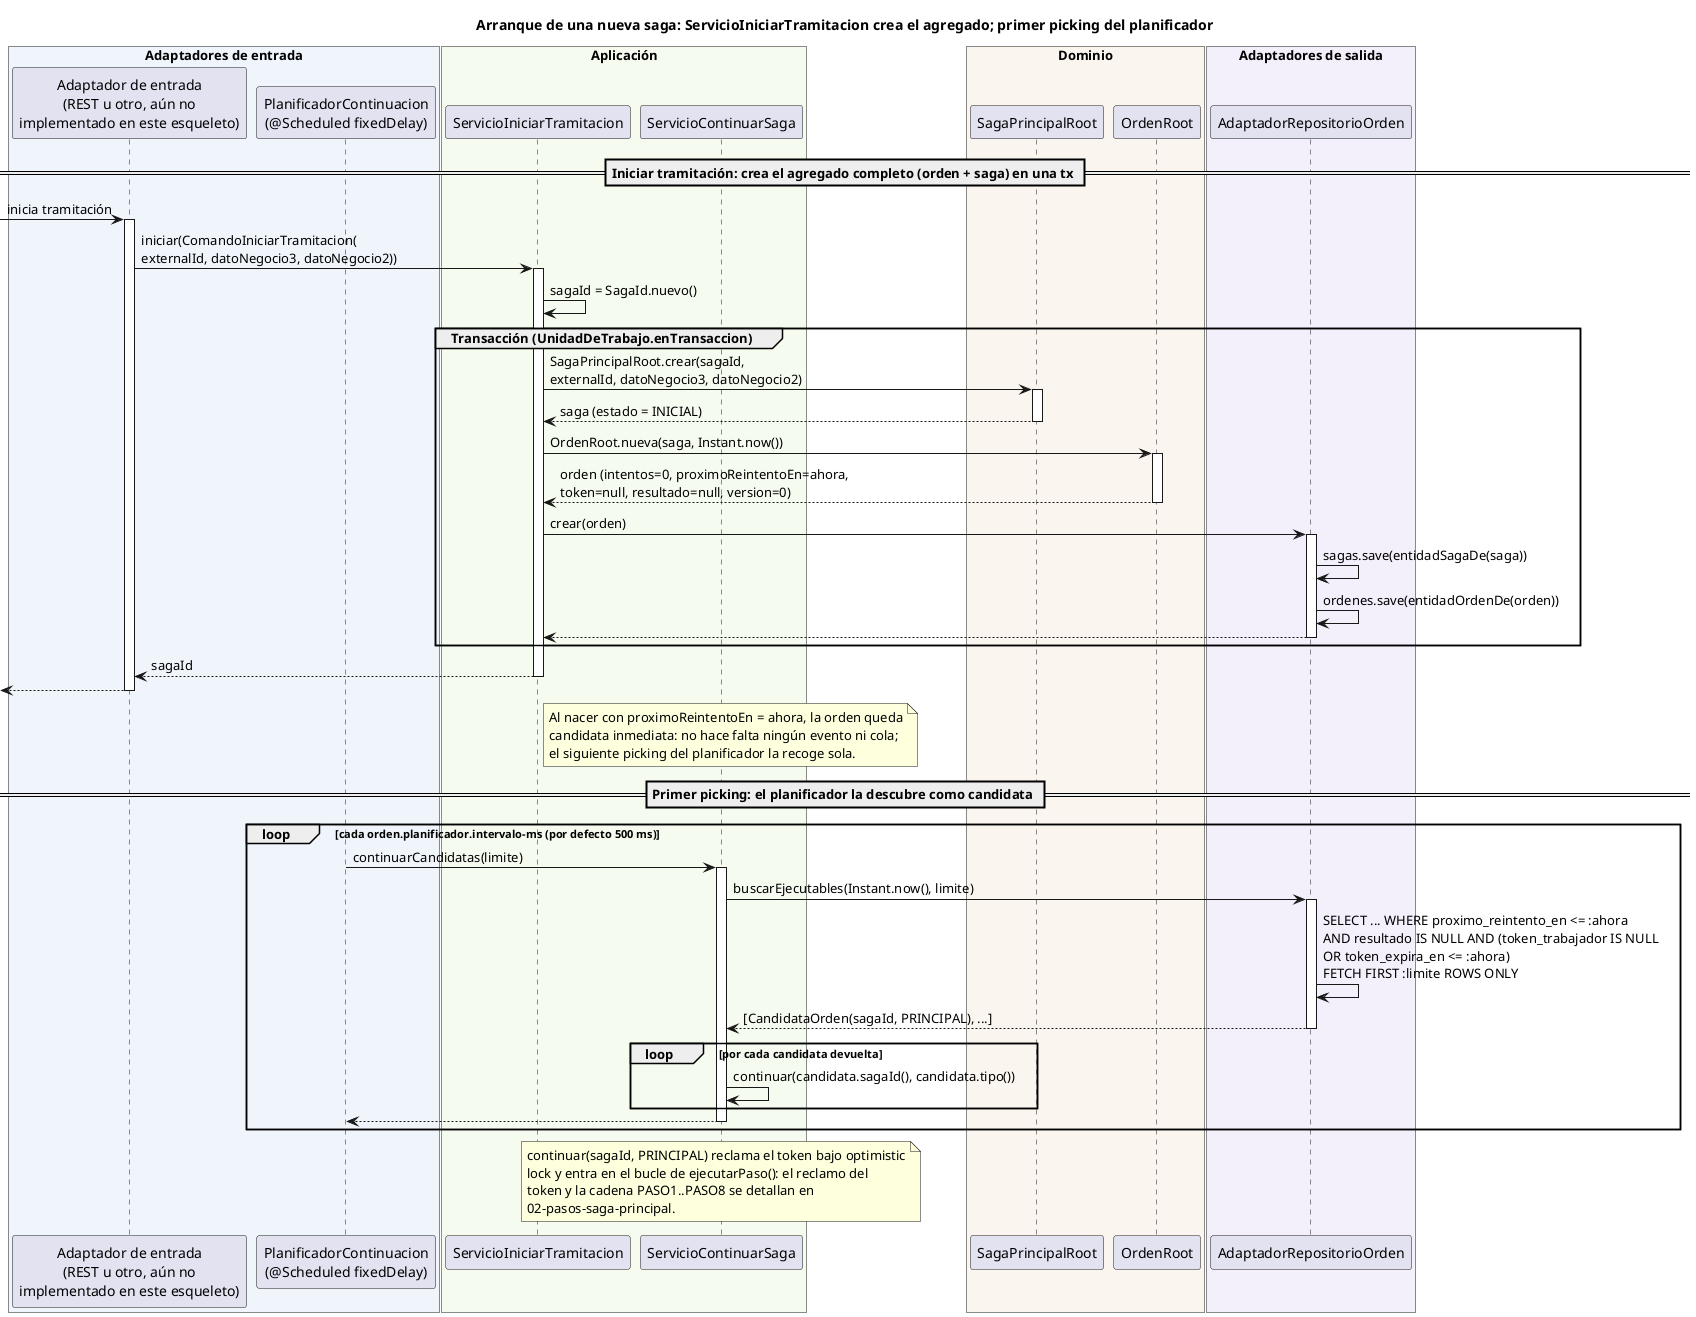
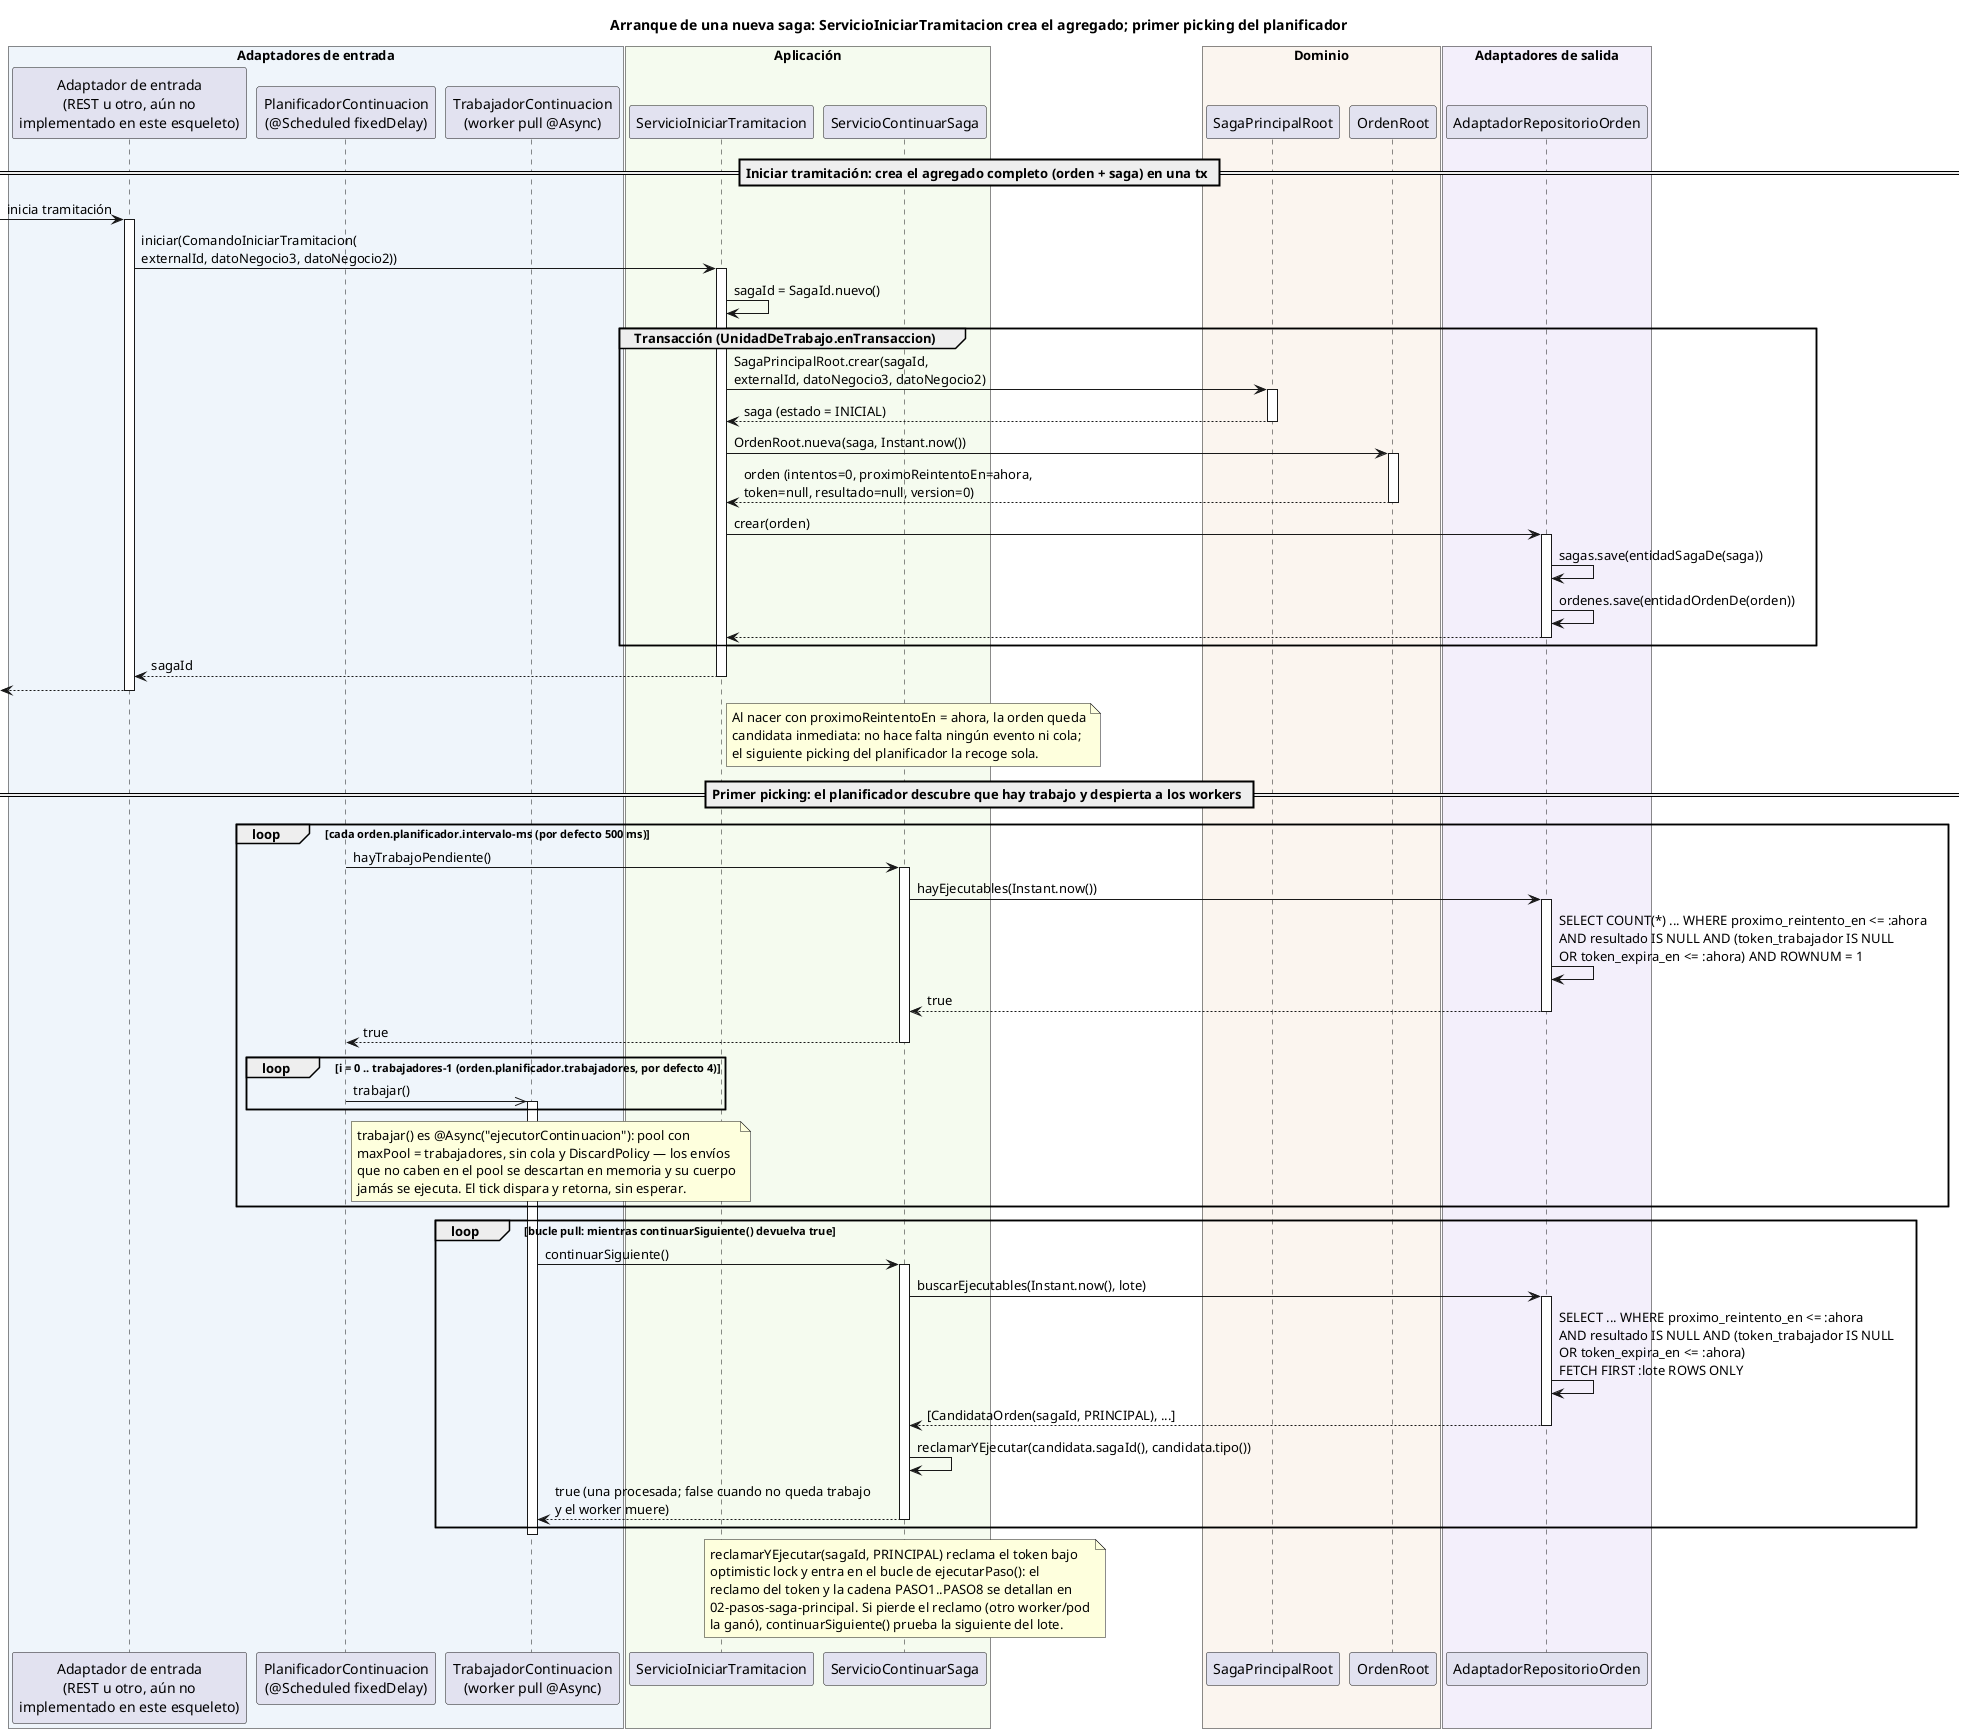
@startuml 01-arranque-saga-nueva
title Arranque de una nueva saga: ServicioIniciarTramitacion crea el agregado; primer picking del planificador

box "Adaptadores de entrada" #EFF5FB
  participant "Adaptador de entrada\n(REST u otro, aún no\nimplementado en este esqueleto)" as ENTRADA
  participant "PlanificadorContinuacion\n(@Scheduled fixedDelay)" as PLAN
+   participant "TrabajadorContinuacion\n(worker pull @Async)" as TRAB
end box
box "Aplicación" #F5FBEF
  participant "ServicioIniciarTramitacion" as INICIAR
  participant "ServicioContinuarSaga" as CONT
end box
box "Dominio" #FBF5EF
  participant "SagaPrincipalRoot" as SAGA
  participant "OrdenRoot" as ORDEN
end box
box "Adaptadores de salida" #F3EFFB
  participant "AdaptadorRepositorioOrden" as REPO
end box

== Iniciar tramitación: crea el agregado completo (orden + saga) en una tx ==
[-> ENTRADA : inicia tramitación
activate ENTRADA
ENTRADA -> INICIAR ++ : iniciar(ComandoIniciarTramitacion(\nexternalId, datoNegocio3, datoNegocio2))
INICIAR -> INICIAR : sagaId = SagaId.nuevo()

group Transacción (UnidadDeTrabajo.enTransaccion)
  INICIAR -> SAGA ++ : SagaPrincipalRoot.crear(sagaId,\nexternalId, datoNegocio3, datoNegocio2)
  return saga (estado = INICIAL)
  INICIAR -> ORDEN ++ : OrdenRoot.nueva(saga, Instant.now())
  return orden (intentos=0, proximoReintentoEn=ahora,\ntoken=null, resultado=null, version=0)
  INICIAR -> REPO ++ : crear(orden)
  REPO -> REPO : sagas.save(entidadSagaDe(saga))
  REPO -> REPO : ordenes.save(entidadOrdenDe(orden))
  return
end
return sagaId
[<-- ENTRADA
deactivate ENTRADA

note right of INICIAR
  Al nacer con proximoReintentoEn = ahora, la orden queda
  candidata inmediata: no hace falta ningún evento ni cola;
  el siguiente picking del planificador la recoge sola.
end note

- == Primer picking: el planificador la descubre como candidata ==
+ == Primer picking: el planificador descubre que hay trabajo y despierta a los workers ==
loop cada orden.planificador.intervalo-ms (por defecto 500 ms)
-   PLAN -> CONT ++ : continuarCandidatas(limite)
-   CONT -> REPO ++ : buscarEjecutables(Instant.now(), limite)
-   REPO -> REPO : SELECT ... WHERE proximo_reintento_en <= :ahora\nAND resultado IS NULL AND (token_trabajador IS NULL\nOR token_expira_en <= :ahora)\nFETCH FIRST :limite ROWS ONLY
-   return [CandidataOrden(sagaId, PRINCIPAL), ...]
-   loop por cada candidata devuelta
-     CONT -> CONT : continuar(candidata.sagaId(), candidata.tipo())
+   PLAN -> CONT ++ : hayTrabajoPendiente()
+   CONT -> REPO ++ : hayEjecutables(Instant.now())
+   REPO -> REPO : SELECT COUNT(*) ... WHERE proximo_reintento_en <= :ahora\nAND resultado IS NULL AND (token_trabajador IS NULL\nOR token_expira_en <= :ahora) AND ROWNUM = 1
+   return true
+   return true
+   loop i = 0 .. trabajadores-1 (orden.planificador.trabajadores, por defecto 4)
+     PLAN ->> TRAB : trabajar()
+     activate TRAB
  end
-   return
+   note right of PLAN
+     trabajar() es @Async("ejecutorContinuacion"): pool con
+     maxPool = trabajadores, sin cola y DiscardPolicy — los envíos
+     que no caben en el pool se descartan en memoria y su cuerpo
+     jamás se ejecuta. El tick dispara y retorna, sin esperar.
+   end note
end

+ loop bucle pull: mientras continuarSiguiente() devuelva true
+   TRAB -> CONT ++ : continuarSiguiente()
+   CONT -> REPO ++ : buscarEjecutables(Instant.now(), lote)
+   REPO -> REPO : SELECT ... WHERE proximo_reintento_en <= :ahora\nAND resultado IS NULL AND (token_trabajador IS NULL\nOR token_expira_en <= :ahora)\nFETCH FIRST :lote ROWS ONLY
+   return [CandidataOrden(sagaId, PRINCIPAL), ...]
+   CONT -> CONT : reclamarYEjecutar(candidata.sagaId(), candidata.tipo())
+   return true (una procesada; false cuando no queda trabajo\ny el worker muere)
+ end
+ deactivate TRAB
+ 
note over CONT
-   continuar(sagaId, PRINCIPAL) reclama el token bajo optimistic
-   lock y entra en el bucle de ejecutarPaso(): el reclamo del
-   token y la cadena PASO1..PASO8 se detallan en
-   02-pasos-saga-principal.
+   reclamarYEjecutar(sagaId, PRINCIPAL) reclama el token bajo
+   optimistic lock y entra en el bucle de ejecutarPaso(): el
+   reclamo del token y la cadena PASO1..PASO8 se detallan en
+   02-pasos-saga-principal. Si pierde el reclamo (otro worker/pod
+   la ganó), continuarSiguiente() prueba la siguiente del lote.
end note
@enduml
